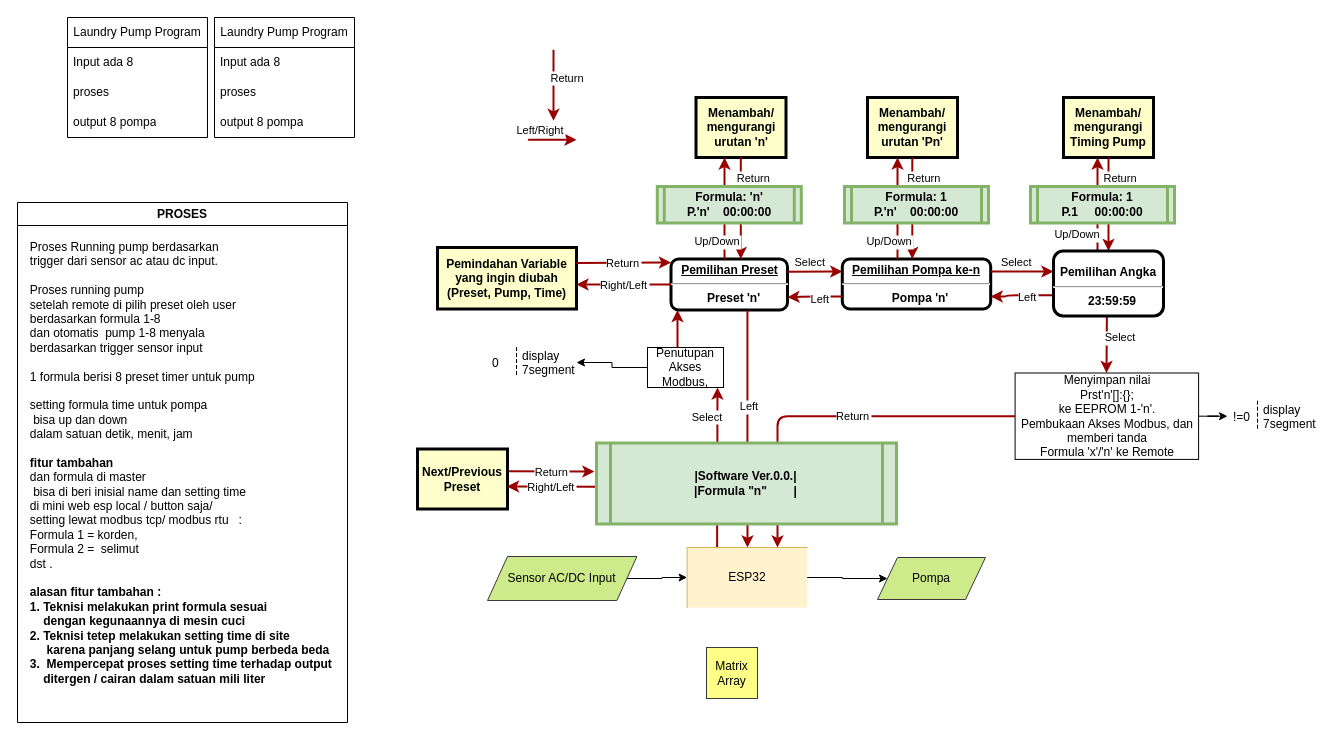
The draw.io diagram Diagram Main Program.drawio in taoofeexs/SharingCode, before the edit. Source tidied: cells renumbered, new cells numbered last; positions are measured from the earlier drawing's top-left corner, leaving out a move shared by most shapes. Both pictures are drawn from the tidied source at 100%, with x=0, y=0 at pixel (17, 17).
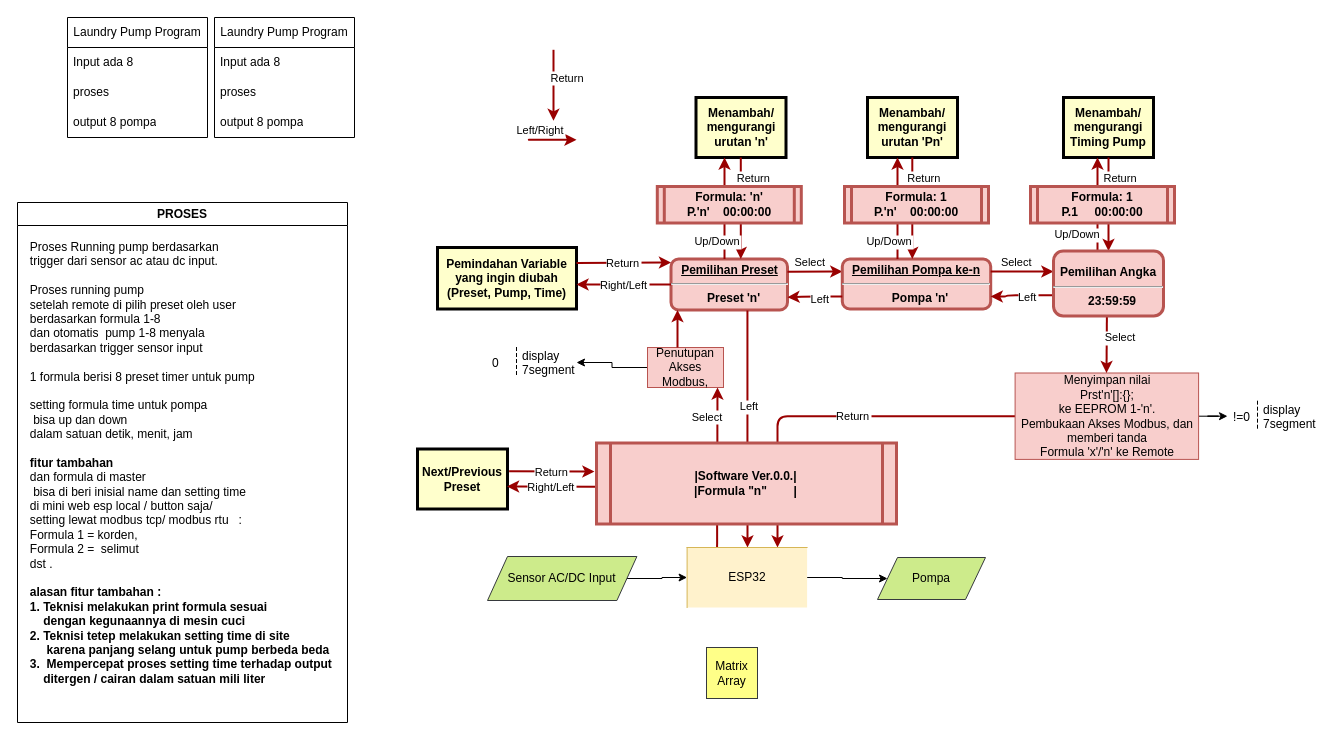
The same page after the edit.

Change to the diagram source:
```diff
@@
-    <mxCell id="2" value="&lt;p style=&quot;margin: 0px; margin-top: 4px; text-align: center; text-decoration: underline;&quot;&gt;&lt;span style=&quot;background-color: initial;&quot;&gt;Pemilihan Preset&lt;/span&gt;&lt;strong&gt;&lt;br&gt;&lt;/strong&gt;&lt;/p&gt;&lt;hr&gt;&lt;p style=&quot;margin: 0px; margin-left: 8px;&quot;&gt;&lt;strong&gt;Preset 'n'&lt;/strong&gt;&lt;br&gt;&lt;/p&gt;" style="verticalAlign=middle;align=center;overflow=fill;fontSize=12;fontFamily=Helvetica;html=1;rounded=1;fontStyle=1;strokeWidth=3;" parent="1" vertex="1">
+    <mxCell id="2" value="&lt;p style=&quot;margin: 0px; margin-top: 4px; text-align: center; text-decoration: underline;&quot;&gt;&lt;span style=&quot;background-color: initial;&quot;&gt;Pemilihan Preset&lt;/span&gt;&lt;strong&gt;&lt;br&gt;&lt;/strong&gt;&lt;/p&gt;&lt;hr&gt;&lt;p style=&quot;margin: 0px; margin-left: 8px;&quot;&gt;&lt;strong&gt;Preset 'n'&lt;/strong&gt;&lt;br&gt;&lt;/p&gt;" style="verticalAlign=middle;align=center;overflow=fill;fontSize=12;fontFamily=Helvetica;html=1;rounded=1;fontStyle=1;strokeWidth=3;fillColor=#f8cecc;strokeColor=#b85450;" parent="1" vertex="1">
       <mxGeometry x="653.5" y="241.5" width="116.5" height="51" as="geometry" />
     </mxCell>
@@
-    <mxCell id="15" value="Penutupan Akses Modbus," style="rounded=0;whiteSpace=wrap;html=1;" parent="1" vertex="1">
+    <mxCell id="15" value="Penutupan Akses Modbus," style="rounded=0;whiteSpace=wrap;html=1;fillColor=#f8cecc;strokeColor=#b85450;" parent="1" vertex="1">
       <mxGeometry x="630" y="330" width="76" height="40" as="geometry" />
     </mxCell>
@@
-    <mxCell id="17" value="Menyimpan nilai&lt;br&gt;Prst'n'[]:{};&lt;br&gt;ke EEPROM 1-'n'.&lt;br&gt;Pembukaan Akses Modbus, dan memberi tanda&lt;br&gt;Formula 'x'/'n' ke Remote" style="rounded=0;whiteSpace=wrap;html=1;" parent="1" vertex="1">
+    <mxCell id="17" value="Menyimpan nilai&lt;br&gt;Prst'n'[]:{};&lt;br&gt;ke EEPROM 1-'n'.&lt;br&gt;Pembukaan Akses Modbus, dan memberi tanda&lt;br&gt;Formula 'x'/'n' ke Remote" style="rounded=0;whiteSpace=wrap;html=1;fillColor=#f8cecc;strokeColor=#b85450;" parent="1" vertex="1">
       <mxGeometry x="997.6" y="355.5" width="183.5" height="86.4" as="geometry" />
     </mxCell>
@@
-    <mxCell id="25" value="&lt;p style=&quot;margin: 0px; margin-top: 4px; text-align: center; text-decoration: underline;&quot;&gt;Pemilihan Pompa ke-n&lt;strong&gt;&lt;br&gt;&lt;/strong&gt;&lt;/p&gt;&lt;hr&gt;&lt;p style=&quot;margin: 0px; margin-left: 8px;&quot;&gt;Pompa 'n'&lt;/p&gt;" style="verticalAlign=middle;align=center;overflow=fill;fontSize=12;fontFamily=Helvetica;html=1;rounded=1;fontStyle=1;strokeWidth=3;" parent="1" vertex="1">
+    <mxCell id="25" value="&lt;p style=&quot;margin: 0px; margin-top: 4px; text-align: center; text-decoration: underline;&quot;&gt;Pemilihan Pompa ke-n&lt;strong&gt;&lt;br&gt;&lt;/strong&gt;&lt;/p&gt;&lt;hr&gt;&lt;p style=&quot;margin: 0px; margin-left: 8px;&quot;&gt;Pompa 'n'&lt;/p&gt;" style="verticalAlign=middle;align=center;overflow=fill;fontSize=12;fontFamily=Helvetica;html=1;rounded=1;fontStyle=1;strokeWidth=3;fillColor=#f8cecc;strokeColor=#b85450;" parent="1" vertex="1">
       <mxGeometry x="824.8" y="241.5" width="148.4" height="50" as="geometry" />
     </mxCell>
@@
-    <mxCell id="29" value="Formula: 1&#10;P.1     00:00:00" style="shape=process;whiteSpace=wrap;align=center;verticalAlign=middle;size=0.0475;fontStyle=1;strokeWidth=3;fillColor=#d5e8d4;strokeColor=#82b366;" parent="1" vertex="1">
+    <mxCell id="29" value="Formula: 1&#10;P.1     00:00:00" style="shape=process;whiteSpace=wrap;align=center;verticalAlign=middle;size=0.0475;fontStyle=1;strokeWidth=3;fillColor=#f8cecc;strokeColor=#b85450;" parent="1" vertex="1">
       <mxGeometry x="1013" y="169" width="144" height="36.5" as="geometry" />
     </mxCell>
@@
-    <mxCell id="42" value="&lt;p style=&quot;margin: 0px 0px 0px 8px;&quot;&gt;&lt;br&gt;&lt;/p&gt;Pemilihan Angka&lt;hr&gt;&lt;p style=&quot;margin: 0px; margin-left: 8px;&quot;&gt;&lt;span style=&quot;text-wrap: wrap;&quot;&gt;23:59:59&lt;/span&gt;&lt;br&gt;&lt;/p&gt;" style="verticalAlign=middle;align=center;overflow=fill;fontSize=12;fontFamily=Helvetica;html=1;rounded=1;fontStyle=1;strokeWidth=3;" parent="1" vertex="1">
+    <mxCell id="42" value="&lt;p style=&quot;margin: 0px 0px 0px 8px;&quot;&gt;&lt;br&gt;&lt;/p&gt;Pemilihan Angka&lt;hr&gt;&lt;p style=&quot;margin: 0px; margin-left: 8px;&quot;&gt;&lt;span style=&quot;text-wrap: wrap;&quot;&gt;23:59:59&lt;/span&gt;&lt;br&gt;&lt;/p&gt;" style="verticalAlign=middle;align=center;overflow=fill;fontSize=12;fontFamily=Helvetica;html=1;rounded=1;fontStyle=1;strokeWidth=3;fillColor=#f8cecc;strokeColor=#b85450;" parent="1" vertex="1">
       <mxGeometry x="1036" y="233.5" width="110" height="65" as="geometry" />
     </mxCell>
-    <mxCell id="43" value="Formula: 1&#10;P.'n'    00:00:00" style="shape=process;whiteSpace=wrap;align=center;verticalAlign=middle;size=0.0475;fontStyle=1;strokeWidth=3;fillColor=#d5e8d4;strokeColor=#82b366;" parent="1" vertex="1">
+    <mxCell id="43" value="Formula: 1&#10;P.'n'    00:00:00" style="shape=process;whiteSpace=wrap;align=center;verticalAlign=middle;size=0.0475;fontStyle=1;strokeWidth=3;fillColor=#f8cecc;strokeColor=#b85450;" parent="1" vertex="1">
       <mxGeometry x="827" y="169" width="144" height="36.5" as="geometry" />
     </mxCell>
-    <mxCell id="44" value="Formula: 'n'&#10;P.'n'    00:00:00" style="shape=process;whiteSpace=wrap;align=center;verticalAlign=middle;size=0.0475;fontStyle=1;strokeWidth=3;fillColor=#d5e8d4;strokeColor=#82b366;" parent="1" vertex="1">
+    <mxCell id="44" value="Formula: 'n'&#10;P.'n'    00:00:00" style="shape=process;whiteSpace=wrap;align=center;verticalAlign=middle;size=0.0475;fontStyle=1;strokeWidth=3;fillColor=#f8cecc;strokeColor=#b85450;" parent="1" vertex="1">
       <mxGeometry x="639.8" y="169" width="144" height="36.5" as="geometry" />
     </mxCell>
@@
-    <mxCell id="50" value="|Software Ver.0.0.|&#10;|Formula &quot;n&quot;        |" style="shape=process;whiteSpace=wrap;align=center;verticalAlign=middle;size=0.0475;fontStyle=1;strokeWidth=3;fillColor=#d5e8d4;strokeColor=#82b366;" parent="1" vertex="1">
+    <mxCell id="50" value="|Software Ver.0.0.|&#10;|Formula &quot;n&quot;        |" style="shape=process;whiteSpace=wrap;align=center;verticalAlign=middle;size=0.0475;fontStyle=1;strokeWidth=3;fillColor=#f8cecc;strokeColor=#b85450;" parent="1" vertex="1">
       <mxGeometry x="579" y="425.5" width="300" height="81" as="geometry" />
     </mxCell>
```
